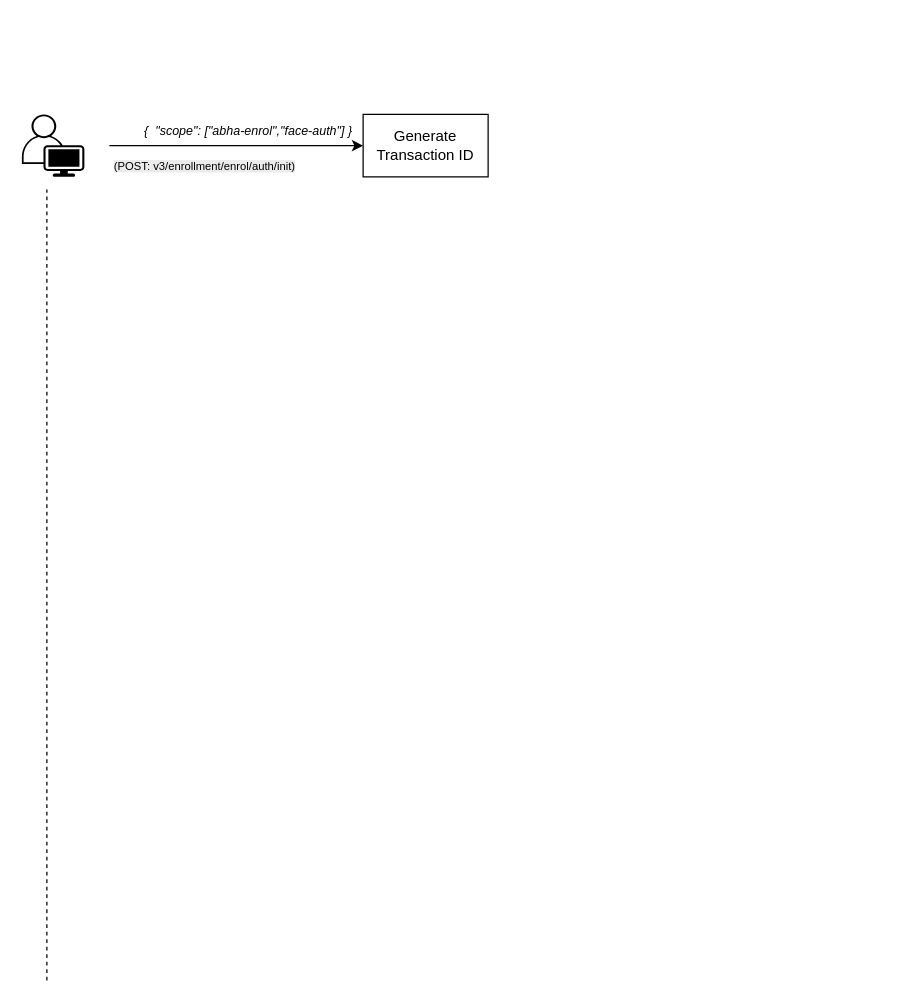
This is Face_auth_without_pid_workflow.drawio from maddy23285/policies, a draw.io file, before an edit. Source tidied: cells renumbered, new cells numbered last; positions are measured from the earlier drawing's top-left corner, leaving out a move shared by most shapes. Both pictures are drawn from the tidied source at 125%, with x=0, y=0 at pixel (21, 111).
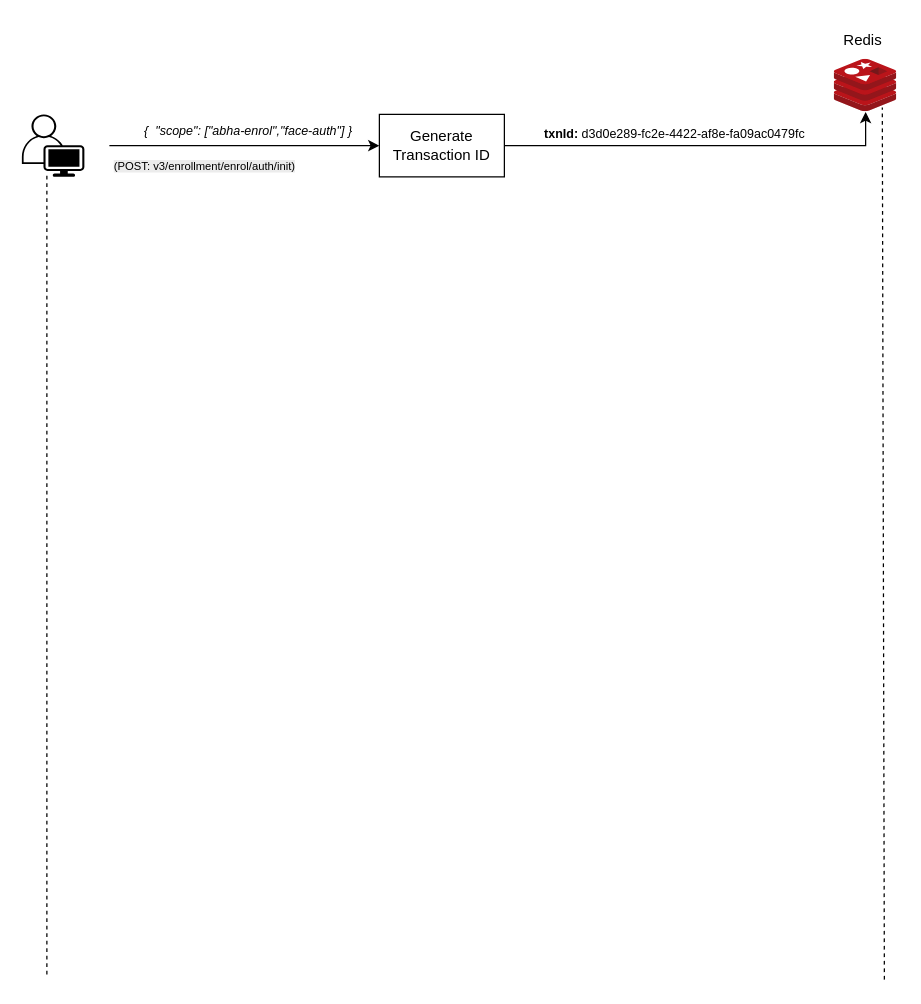
The same page after the edit.

Change to the diagram source:
```diff
@@
 <mxGraphModel>
   <root>
     <mxCell id="0" />
     <mxCell id="1" parent="0" />
+    <mxCell id="8" style="edgeStyle=orthogonalEdgeStyle;rounded=0;jettySize=auto;html=1;" parent="1" edge="1" source="2" target="9">
+      <mxGeometry relative="1" as="geometry" />
+    </mxCell>
     <mxCell id="2" value="Generate Transaction ID" style="rounded=0;whiteSpace=wrap;html=1;" parent="1" vertex="1">
-      <mxGeometry x="273" y="2" width="100" height="50" as="geometry" />
+      <mxGeometry x="286" y="2" width="100" height="50" as="geometry" />
     </mxCell>
     <mxCell id="3" style="verticalLabelPosition=bottom;sketch=0;html=1;verticalAlign=top;align=center;shape=mxgraph.cisco19.user;fillColor=#000000;strokeColor=none;" parent="1" vertex="1">
       <mxGeometry y="2" width="50" height="50" as="geometry" />
     </mxCell>
     <mxCell id="4" style="endArrow=classic;html=1;rounded=0;entryX=0;entryY=0.5;entryDx=0;entryDy=0;" parent="1" edge="1" target="2">
       <mxGeometry relative="1" as="geometry">
         <mxPoint x="70" y="27" as="sourcePoint" />
       </mxGeometry>
     </mxCell>
     <mxCell id="5" value="&lt;span style=&quot;color: rgb(0, 0, 0); font-family: Helvetica; font-size: 9px; font-style: normal; font-variant-ligatures: normal; font-variant-caps: normal; font-weight: 400; letter-spacing: normal; orphans: 2; text-align: center; text-indent: 0px; text-transform: none; widows: 2; word-spacing: 0px; -webkit-text-stroke-width: 0px; white-space: nowrap; background-color: rgb(236, 236, 236); text-decoration-thickness: initial; text-decoration-style: initial; text-decoration-color: initial; float: none; display: inline !important;&quot;&gt;(POST: v3/enrollment/enrol/auth/init)&lt;/span&gt;" style="text;whiteSpace=wrap;html=1;" parent="1" vertex="1">
       <mxGeometry x="72" y="29" width="151" height="24" as="geometry" />
     </mxCell>
     <mxCell id="6" value="&lt;div&gt;&lt;i&gt;&lt;font size=&quot;1&quot;&gt;{&amp;nbsp;&amp;nbsp;&lt;/font&gt;&lt;span style=&quot;font-size: x-small; background-color: transparent; color: light-dark(rgb(0, 0, 0), rgb(255, 255, 255));&quot;&gt;&quot;scope&quot;: [&lt;/span&gt;&lt;span style=&quot;font-size: x-small; background-color: transparent; color: light-dark(rgb(0, 0, 0), rgb(255, 255, 255));&quot;&gt;&quot;abha-enrol&quot;,&lt;/span&gt;&lt;span style=&quot;font-size: x-small; background-color: transparent; color: light-dark(rgb(0, 0, 0), rgb(255, 255, 255));&quot;&gt;&quot;face-auth&quot;&lt;/span&gt;&lt;span style=&quot;font-size: x-small; background-color: transparent; color: light-dark(rgb(0, 0, 0), rgb(255, 255, 255));&quot;&gt;]&amp;nbsp;&lt;/span&gt;&lt;span style=&quot;font-size: x-small; background-color: transparent; color: light-dark(rgb(0, 0, 0), rgb(255, 255, 255));&quot;&gt;}&lt;/span&gt;&lt;/i&gt;&lt;/div&gt;" style="text;html=1;align=center;verticalAlign=middle;strokeColor=none;fillColor=none;" parent="1" vertex="1">
       <mxGeometry x="86" width="190" height="30" as="geometry" />
     </mxCell>
     <mxCell id="7" style="endArrow=none;dashed=1;html=1;rounded=0;" parent="1" edge="1">
       <mxGeometry relative="1" as="geometry">
-        <mxPoint x="20" y="694.8" as="sourcePoint" />
-        <mxPoint x="20" y="62" as="targetPoint" />
+        <mxPoint x="20" y="690" as="sourcePoint" />
+        <mxPoint x="20" y="50" as="targetPoint" />
       </mxGeometry>
     </mxCell>
+    <mxCell id="9" style="image;sketch=0;html=1;points=[];align=center;fontSize=12;image=img/lib/mscae/Cache_Redis_Product.svg;" parent="1" vertex="1">
+      <mxGeometry x="650" y="-42" width="50" height="42" as="geometry" />
+    </mxCell>
+    <mxCell id="10" value="&lt;font size=&quot;1&quot;&gt;&lt;span style=&quot;font-style: normal;&quot;&gt;&lt;b&gt;txnId:&lt;/b&gt;&amp;nbsp;d3d0e289-fc2e-4422-af8e-fa09ac0479fc&lt;/span&gt;&lt;/font&gt;" style="text;html=1;align=center;verticalAlign=middle;strokeColor=none;fillColor=none;fontStyle=2;" parent="1" vertex="1">
+      <mxGeometry x="407" y="2" width="230" height="30" as="geometry" />
+    </mxCell>
+    <mxCell id="11" value="Redis" style="text;html=1;align=center;verticalAlign=middle;whiteSpace=wrap;rounded=0;" parent="1" vertex="1">
+      <mxGeometry x="643" y="-72" width="60" height="30" as="geometry" />
+    </mxCell>
+    <mxCell id="12" style="endArrow=none;dashed=1;html=1;rounded=0;entryX=0.767;entryY=0.915;entryDx=0;entryDy=0;entryPerimeter=0;" parent="1" edge="1" target="9">
+      <mxGeometry relative="1" as="geometry">
+        <mxPoint x="690" y="694.2" as="sourcePoint" />
+      </mxGeometry>
+    </mxCell>
   </root>
 </mxGraphModel>
```
